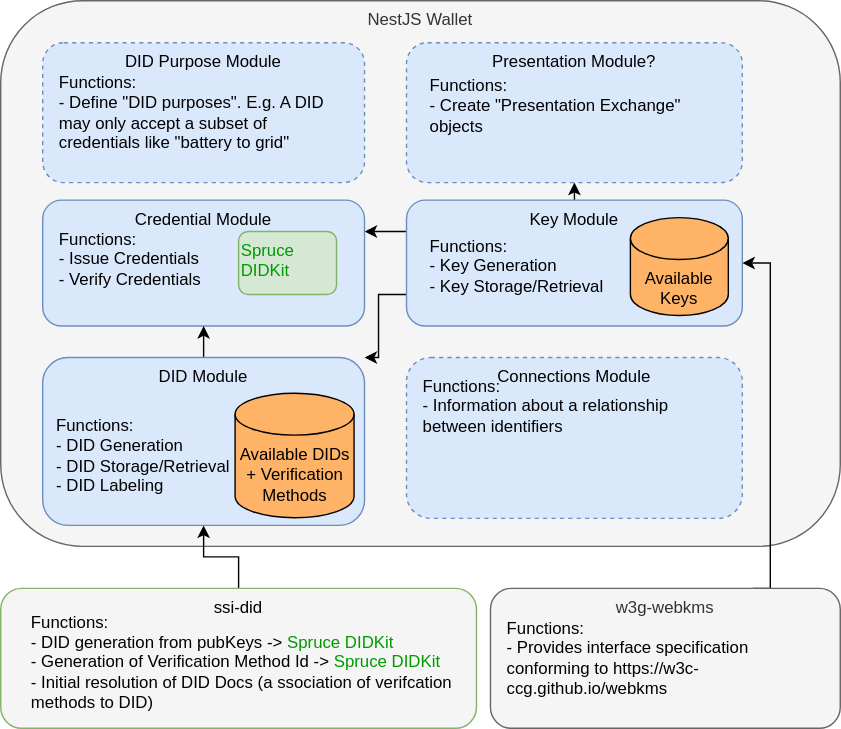
Before: ssi-wallet-architecture.drawio.svg, a diagram exported from draw.io (openwallet-foundation-labs/vc-api). Source tidied: cells renumbered, new cells last; positions are measured from the earlier drawing's top-left corner, leaving out a move shared by most shapes.
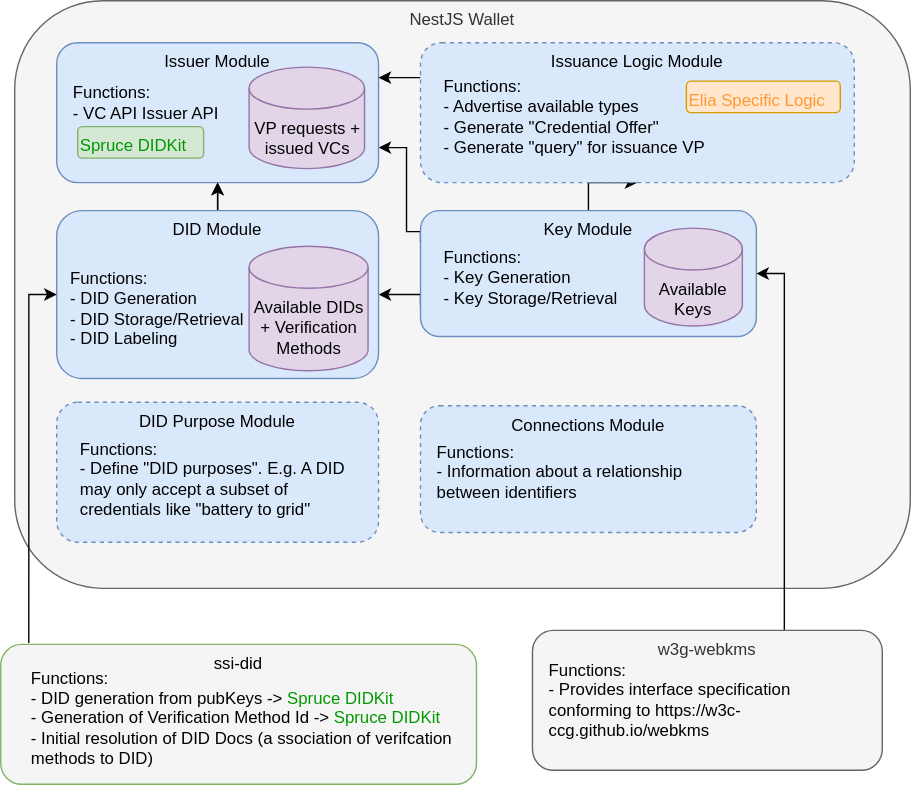
Later version of the same file.

Commit message:
docs: update architecture + modules for "issuance logic"

What changed in the source:
```diff
@@ -3,92 +3,113 @@
     <mxCell id="0" />
     <mxCell id="1" parent="0" />
     <mxCell id="2" value="NestJS Wallet" style="rounded=1;whiteSpace=wrap;html=1;verticalAlign=top;fontColor=#333333;strokeColor=#666666;fillColor=#F5F5F5;" parent="1" vertex="1">
-      <mxGeometry width="600" height="390" as="geometry" />
+      <mxGeometry width="640" height="420" as="geometry" />
     </mxCell>
     <mxCell id="3" style="edgeStyle=orthogonalEdgeStyle;rounded=0;jettySize=auto;html=1;exitX=0.5;exitY=0;exitDx=0;exitDy=0;entryX=0.5;entryY=1;entryDx=0;entryDy=0;" parent="1" edge="1" source="6" target="18">
       <mxGeometry relative="1" as="geometry" />
     </mxCell>
-    <mxCell id="4" style="edgeStyle=orthogonalEdgeStyle;rounded=0;jettySize=auto;html=1;exitX=0;exitY=0.25;exitDx=0;exitDy=0;entryX=1;entryY=0.25;entryDx=0;entryDy=0;" parent="1" edge="1" source="6" target="9">
-      <mxGeometry relative="1" as="geometry" />
+    <mxCell id="4" style="edgeStyle=orthogonalEdgeStyle;rounded=0;jettySize=auto;html=1;exitX=0;exitY=0.25;exitDx=0;exitDy=0;entryX=1;entryY=0.75;entryDx=0;entryDy=0;strokeColor=#030303;" parent="1" edge="1" source="6" target="9">
+      <mxGeometry relative="1" as="geometry">
+        <Array as="points">
+          <mxPoint x="280" y="165" />
+          <mxPoint x="280" y="105" />
+        </Array>
+      </mxGeometry>
     </mxCell>
-    <mxCell id="5" style="edgeStyle=orthogonalEdgeStyle;rounded=0;jettySize=auto;html=1;exitX=0;exitY=0.75;exitDx=0;exitDy=0;entryX=1;entryY=0;entryDx=0;entryDy=0;" parent="1" edge="1" source="6" target="12">
+    <mxCell id="5" style="edgeStyle=orthogonalEdgeStyle;rounded=0;jettySize=auto;html=1;exitX=0;exitY=0.75;exitDx=0;exitDy=0;entryX=1;entryY=0.5;entryDx=0;entryDy=0;strokeColor=#030303;" parent="1" edge="1" source="6" target="12">
       <mxGeometry relative="1" as="geometry">
         <Array as="points">
           <mxPoint x="270" y="210" />
-          <mxPoint x="270" y="255" />
+          <mxPoint x="270" y="210" />
         </Array>
       </mxGeometry>
     </mxCell>
     <mxCell id="6" value="Key Module" style="rounded=1;whiteSpace=wrap;html=1;verticalAlign=top;fillColor=#dae8fc;strokeColor=#6c8ebf;fontColor=#000000;" parent="1" vertex="1">
-      <mxGeometry x="290" y="142.5" width="240" height="90" as="geometry" />
+      <mxGeometry x="290" y="150" width="240" height="90" as="geometry" />
     </mxCell>
-    <mxCell id="7" value="Available Keys" style="shape=cylinder3;whiteSpace=wrap;html=1;boundedLbl=1;backgroundOutline=1;size=15;verticalAlign=top;fillColor=#FFB366;fontColor=#000000;" parent="1" vertex="1">
-      <mxGeometry x="450" y="155" width="70" height="70" as="geometry" />
+    <mxCell id="7" value="Available Keys" style="shape=cylinder3;whiteSpace=wrap;html=1;boundedLbl=1;backgroundOutline=1;size=15;verticalAlign=top;fillColor=#e1d5e7;strokeColor=#9673a6;fontColor=#030303;" parent="1" vertex="1">
+      <mxGeometry x="450" y="162.5" width="70" height="70" as="geometry" />
     </mxCell>
     <mxCell id="8" value="Functions:&lt;br&gt;- Key Generation&lt;br&gt;- Key Storage/Retrieval" style="text;html=1;strokeColor=none;fillColor=none;align=left;verticalAlign=middle;whiteSpace=wrap;rounded=0;fontColor=#000000;" parent="1" vertex="1">
-      <mxGeometry x="305" y="165" width="130" height="50" as="geometry" />
+      <mxGeometry x="305" y="172.5" width="130" height="50" as="geometry" />
     </mxCell>
-    <mxCell id="9" value="Credential Module" style="rounded=1;whiteSpace=wrap;html=1;verticalAlign=top;fillColor=#dae8fc;strokeColor=#6c8ebf;fontColor=#000000;" parent="1" vertex="1">
-      <mxGeometry x="30" y="142.5" width="230" height="90" as="geometry" />
+    <mxCell id="9" value="Issuer Module" style="rounded=1;whiteSpace=wrap;html=1;verticalAlign=top;fillColor=#dae8fc;strokeColor=#6c8ebf;fontColor=#000000;" parent="1" vertex="1">
+      <mxGeometry x="30" y="30" width="230" height="100" as="geometry" />
     </mxCell>
-    <mxCell id="10" value="Functions:&lt;br&gt;- Issue Credentials&lt;br&gt;- Verify Credentials" style="text;html=1;strokeColor=none;fillColor=none;align=left;verticalAlign=middle;whiteSpace=wrap;rounded=0;fontColor=#000000;" parent="1" vertex="1">
-      <mxGeometry x="40" y="160" width="150" height="50" as="geometry" />
+    <mxCell id="10" value="Functions:&lt;br&gt;- VC API Issuer API" style="text;html=1;strokeColor=none;fillColor=none;align=left;verticalAlign=middle;whiteSpace=wrap;rounded=0;fontColor=#000000;" parent="1" vertex="1">
+      <mxGeometry x="40" y="47.5" width="150" height="50" as="geometry" />
     </mxCell>
     <mxCell id="11" style="edgeStyle=orthogonalEdgeStyle;rounded=0;jettySize=auto;html=1;exitX=0.5;exitY=0;exitDx=0;exitDy=0;entryX=0.5;entryY=1;entryDx=0;entryDy=0;" parent="1" edge="1" source="12" target="9">
       <mxGeometry relative="1" as="geometry" />
     </mxCell>
+    <mxCell id="28" style="edgeStyle=none;html=1;exitX=0.5;exitY=0;exitDx=0;exitDy=0;strokeColor=#030303;" parent="1" edge="1" source="12" target="9">
+      <mxGeometry relative="1" as="geometry" />
+    </mxCell>
     <mxCell id="12" value="DID Module" style="rounded=1;whiteSpace=wrap;html=1;verticalAlign=top;fillColor=#dae8fc;strokeColor=#6c8ebf;fontColor=#030303;" parent="1" vertex="1">
-      <mxGeometry x="30" y="255" width="230" height="120" as="geometry" />
+      <mxGeometry x="30" y="150" width="230" height="120" as="geometry" />
     </mxCell>
-    <mxCell id="13" value="Available DIDs + Verification Methods" style="shape=cylinder3;whiteSpace=wrap;html=1;boundedLbl=1;backgroundOutline=1;size=15;verticalAlign=top;fillColor=#FFB366;fontColor=#000000;" parent="1" vertex="1">
-      <mxGeometry x="167.5" y="280.5" width="85" height="89" as="geometry" />
+    <mxCell id="13" value="Available DIDs + Verification Methods" style="shape=cylinder3;whiteSpace=wrap;html=1;boundedLbl=1;backgroundOutline=1;size=15;verticalAlign=top;fillColor=#e1d5e7;strokeColor=#9673a6;fontColor=#030303;" parent="1" vertex="1">
+      <mxGeometry x="167.5" y="175.5" width="85" height="89" as="geometry" />
     </mxCell>
     <mxCell id="14" value="Functions:&lt;br&gt;- DID Generation&lt;br&gt;- DID Storage/Retrieval&lt;br&gt;- DID Labeling" style="text;html=1;strokeColor=none;fillColor=none;align=left;verticalAlign=middle;whiteSpace=wrap;rounded=0;fontColor=#030303;" parent="1" vertex="1">
-      <mxGeometry x="37.5" y="290" width="130" height="70" as="geometry" />
+      <mxGeometry x="37.5" y="185" width="130" height="70" as="geometry" />
     </mxCell>
     <mxCell id="15" value="&lt;font color=&quot;#009900&quot;&gt;Spruce DIDKit&lt;/font&gt;" style="rounded=1;whiteSpace=wrap;html=1;align=left;verticalAlign=top;fillColor=#d5e8d4;strokeColor=#82b366;fontColor=#000000;" parent="1" vertex="1">
-      <mxGeometry x="170" y="165" width="70" height="45" as="geometry" />
+      <mxGeometry x="45" y="90" width="90" height="22.5" as="geometry" />
     </mxCell>
     <mxCell id="16" value="DID Purpose Module" style="rounded=1;whiteSpace=wrap;html=1;verticalAlign=top;fillColor=#dae8fc;strokeColor=#6c8ebf;fontColor=#000000;dashed=1;" parent="1" vertex="1">
-      <mxGeometry x="30" y="30" width="230" height="100" as="geometry" />
+      <mxGeometry x="30" y="287" width="230" height="100" as="geometry" />
     </mxCell>
     <mxCell id="17" value="Connections Module" style="rounded=1;whiteSpace=wrap;html=1;verticalAlign=top;fillColor=#dae8fc;strokeColor=#6c8ebf;fontColor=#000000;dashed=1;" parent="1" vertex="1">
-      <mxGeometry x="290" y="255" width="240" height="115" as="geometry" />
+      <mxGeometry x="290" y="289.5" width="240" height="90.5" as="geometry" />
     </mxCell>
+    <mxCell id="29" style="edgeStyle=none;html=1;exitX=0;exitY=0.25;exitDx=0;exitDy=0;entryX=1;entryY=0.25;entryDx=0;entryDy=0;strokeColor=#030303;" parent="1" edge="1" source="18" target="9">
+      <mxGeometry relative="1" as="geometry" />
+    </mxCell>
-    <mxCell id="18" value="Presentation Module?" style="rounded=1;whiteSpace=wrap;html=1;verticalAlign=top;fillColor=#dae8fc;strokeColor=#6c8ebf;fontColor=#000000;dashed=1;" parent="1" vertex="1">
-      <mxGeometry x="290" y="30" width="240" height="100" as="geometry" />
+    <mxCell id="18" value="Issuance Logic Module" style="rounded=1;whiteSpace=wrap;html=1;verticalAlign=top;fillColor=#dae8fc;strokeColor=#6c8ebf;fontColor=#000000;dashed=1;" parent="1" vertex="1">
+      <mxGeometry x="290" y="30" width="310" height="100" as="geometry" />
     </mxCell>
     <mxCell id="19" value="Functions:&lt;br&gt;- Information about a relationship between identifiers" style="text;html=1;strokeColor=none;fillColor=none;align=left;verticalAlign=middle;whiteSpace=wrap;rounded=0;fontColor=#030303;" parent="1" vertex="1">
-      <mxGeometry x="300" y="267.5" width="220" height="45" as="geometry" />
+      <mxGeometry x="300" y="314.5" width="220" height="45" as="geometry" />
     </mxCell>
     <mxCell id="20" value="Functions:&lt;br&gt;- Define &quot;DID purposes&quot;. E.g. A DID may only accept a subset of credentials like &quot;battery to grid&quot;" style="text;html=1;strokeColor=none;fillColor=none;align=left;verticalAlign=middle;whiteSpace=wrap;rounded=0;fontColor=#000000;" parent="1" vertex="1">
-      <mxGeometry x="40" y="50" width="200" height="60" as="geometry" />
+      <mxGeometry x="45" y="312" width="200" height="60" as="geometry" />
     </mxCell>
-    <mxCell id="21" value="Functions:&lt;br&gt;- Create &quot;Presentation Exchange&quot; objects" style="text;html=1;strokeColor=none;fillColor=none;align=left;verticalAlign=middle;whiteSpace=wrap;rounded=0;fontColor=#000000;" parent="1" vertex="1">
-      <mxGeometry x="305" y="50" width="190" height="50" as="geometry" />
+    <mxCell id="21" value="Functions:&lt;br&gt;- Advertise available types&lt;br&gt;- Generate &quot;Credential Offer&quot;&lt;br&gt;- Generate &quot;query&quot; for issuance VP" style="text;html=1;strokeColor=none;fillColor=none;align=left;verticalAlign=middle;whiteSpace=wrap;rounded=0;fontColor=#000000;" parent="1" vertex="1">
+      <mxGeometry x="305" y="57.5" width="190" height="50" as="geometry" />
     </mxCell>
-    <mxCell id="22" style="edgeStyle=orthogonalEdgeStyle;rounded=0;jettySize=auto;html=1;exitX=0.5;exitY=0;exitDx=0;exitDy=0;entryX=0.5;entryY=1;entryDx=0;entryDy=0;" parent="1" edge="1" source="23" target="12">
-      <mxGeometry relative="1" as="geometry" />
+    <mxCell id="22" style="edgeStyle=orthogonalEdgeStyle;rounded=0;jettySize=auto;html=1;exitX=0.059;exitY=-0.01;exitDx=0;exitDy=0;entryX=0;entryY=0.5;entryDx=0;entryDy=0;exitPerimeter=0;strokeColor=#030303;" parent="1" edge="1" source="23" target="12">
+      <mxGeometry relative="1" as="geometry">
+        <Array as="points">
+          <mxPoint x="10" y="210" />
+        </Array>
+      </mxGeometry>
     </mxCell>
     <mxCell id="23" value="ssi-did" style="rounded=1;whiteSpace=wrap;html=1;align=center;verticalAlign=top;strokeColor=#82b366;fontColor=#000000;fillColor=#F5F5F5;" parent="1" vertex="1">
-      <mxGeometry y="420" width="340" height="100" as="geometry" />
+      <mxGeometry x="-10" y="460" width="340" height="100" as="geometry" />
     </mxCell>
     <mxCell id="24" value="&lt;span style=&quot;color: rgb(0 , 0 , 0)&quot;&gt;Functions:&lt;/span&gt;&lt;br style=&quot;color: rgb(0 , 0 , 0)&quot;&gt;&lt;span style=&quot;color: rgb(0 , 0 , 0)&quot;&gt;- DID generation from pubKeys -&amp;gt;&amp;nbsp;&lt;/span&gt;&lt;font color=&quot;#009900&quot;&gt;Spruce DIDKit&lt;br&gt;&lt;/font&gt;&lt;span style=&quot;color: rgb(0 , 0 , 0)&quot;&gt;- Generation of Verification Method Id -&amp;gt;&amp;nbsp;&lt;/span&gt;&lt;span style=&quot;color: rgb(0 , 153 , 0)&quot;&gt;Spruce DIDKit&lt;/span&gt;&lt;br style=&quot;color: rgb(0 , 0 , 0)&quot;&gt;&lt;span style=&quot;color: rgb(0 , 0 , 0)&quot;&gt;- Initial resolution of DID Docs (a&lt;/span&gt;ssociation of verifcation methods to DID)" style="text;html=1;strokeColor=none;fillColor=none;align=left;verticalAlign=middle;whiteSpace=wrap;rounded=0;fontColor=#030303;" parent="1" vertex="1">
-      <mxGeometry x="20" y="435" width="320" height="75" as="geometry" />
+      <mxGeometry x="10" y="475" width="320" height="75" as="geometry" />
     </mxCell>
-    <mxCell id="25" style="edgeStyle=orthogonalEdgeStyle;rounded=0;jettySize=auto;html=1;exitX=0.75;exitY=0;exitDx=0;exitDy=0;entryX=1;entryY=0.5;entryDx=0;entryDy=0;" parent="1" edge="1" source="26" target="6">
+    <mxCell id="25" style="edgeStyle=orthogonalEdgeStyle;rounded=0;jettySize=auto;html=1;exitX=0.75;exitY=0;exitDx=0;exitDy=0;entryX=1;entryY=0.5;entryDx=0;entryDy=0;strokeColor=#030303;" parent="1" edge="1" source="26" target="6">
       <mxGeometry relative="1" as="geometry">
         <Array as="points">
-          <mxPoint x="550" y="420" />
-          <mxPoint x="550" y="188" />
+          <mxPoint x="550" y="460" />
+          <mxPoint x="550" y="195" />
         </Array>
       </mxGeometry>
     </mxCell>
     <mxCell id="26" value="w3g-webkms&lt;br&gt;" style="rounded=1;whiteSpace=wrap;html=1;verticalAlign=top;fontColor=#333333;strokeColor=#666666;fillColor=#F5F5F5;" parent="1" vertex="1">
-      <mxGeometry x="350" y="420" width="250" height="100" as="geometry" />
+      <mxGeometry x="370" y="450" width="250" height="100" as="geometry" />
     </mxCell>
     <mxCell id="27" value="&lt;span style=&quot;color: rgb(0 , 0 , 0)&quot;&gt;Functions:&lt;/span&gt;&lt;br style=&quot;color: rgb(0 , 0 , 0)&quot;&gt;&lt;span style=&quot;color: rgb(0 , 0 , 0)&quot;&gt;- Provides interface specification conforming to&amp;nbsp;&lt;/span&gt;&lt;font color=&quot;#000000&quot;&gt;&lt;a href=&quot;https://w3c-ccg.github.io/webkms&quot;&gt;https://w3c-ccg.github.io/webkms&lt;/a&gt;&lt;/font&gt;" style="text;html=1;strokeColor=none;fillColor=none;align=left;verticalAlign=middle;whiteSpace=wrap;rounded=0;fontColor=#030303;" parent="1" vertex="1">
-      <mxGeometry x="360" y="435" width="230" height="70" as="geometry" />
+      <mxGeometry x="380" y="465" width="230" height="70" as="geometry" />
     </mxCell>
+    <mxCell id="30" value="VP requests + issued VCs" style="shape=cylinder3;whiteSpace=wrap;html=1;boundedLbl=1;backgroundOutline=1;size=15;verticalAlign=top;fillColor=#e1d5e7;strokeColor=#9673a6;fontColor=#030303;" parent="1" vertex="1">
+      <mxGeometry x="167.5" y="47.5" width="82.5" height="72.5" as="geometry" />
+    </mxCell>
+    <mxCell id="31" value="&lt;font&gt;Elia Specific Logic&lt;/font&gt;" style="rounded=1;whiteSpace=wrap;html=1;align=left;verticalAlign=top;fillColor=#ffe6cc;strokeColor=#d79b00;fontColor=#FF9933;" parent="1" vertex="1">
+      <mxGeometry x="480" y="57.5" width="110" height="22.5" as="geometry" />
+    </mxCell>
   </root>
 </mxGraphModel>
```
